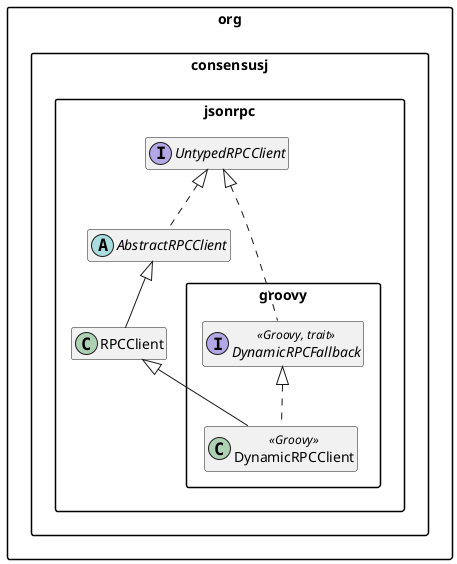
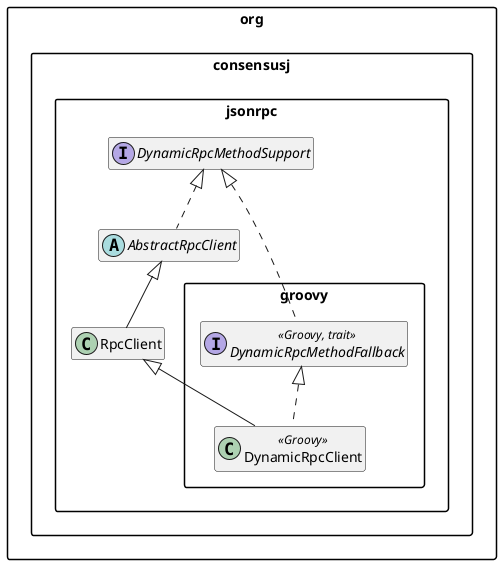
@startuml
skinparam packageStyle Rect
skinparam shadowing false
hide empty members

namespace org.consensusj.jsonrpc {
-     interface UntypedRPCClient
-     abstract class AbstractRPCClient
+     interface DynamicRpcMethodSupport
+     abstract class AbstractRpcClient

-     class RPCClient
+     class RpcClient

-     UntypedRPCClient <|.. AbstractRPCClient
-     AbstractRPCClient <|-- RPCClient
+     DynamicRpcMethodSupport <|.. AbstractRpcClient
+     AbstractRpcClient <|-- RpcClient
}

namespace org.consensusj.jsonrpc.groovy {
-     interface DynamicRPCFallback << Groovy, trait >>
-     class DynamicRPCClient << Groovy >>
+     interface DynamicRpcMethodFallback << Groovy, trait >>
+     class DynamicRpcClient << Groovy >>

-     org.consensusj.jsonrpc.UntypedRPCClient <|.. DynamicRPCFallback
-     org.consensusj.jsonrpc.RPCClient <|-- DynamicRPCClient
-     DynamicRPCFallback <|.. DynamicRPCClient
+     org.consensusj.jsonrpc.DynamicRpcMethodSupport <|.. DynamicRpcMethodFallback
+     org.consensusj.jsonrpc.RpcClient <|-- DynamicRpcClient
+     DynamicRpcMethodFallback <|.. DynamicRpcClient
}
@enduml
